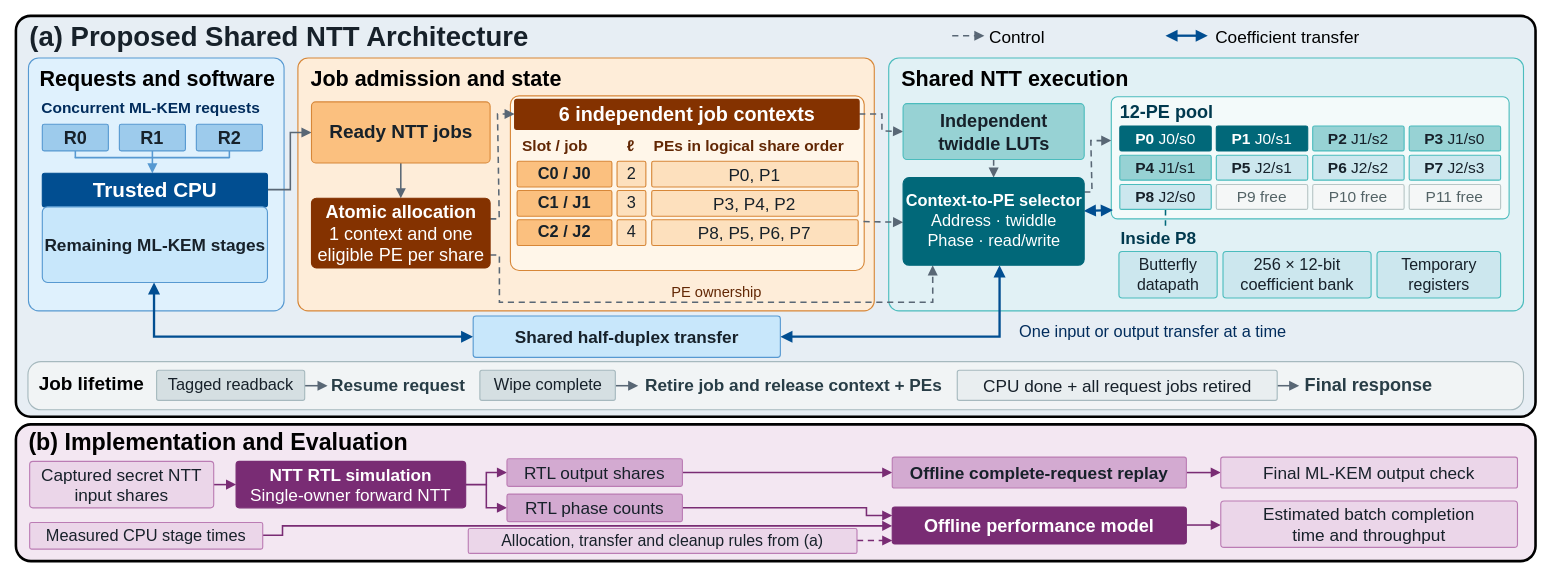
ZKY6662017/iodraw-files keeps this draw.io diagram as all/DAC2026/MaskVirt_fig2.drawio. Above is the earlier version. Source tidied: cells renumbered, new cells numbered last; positions are measured from the earlier drawing's top-left corner, leaving out a move shared by most shapes. Both pictures are drawn from the tidied source at 86%, with x=0, y=0 at pixel (15, 15).
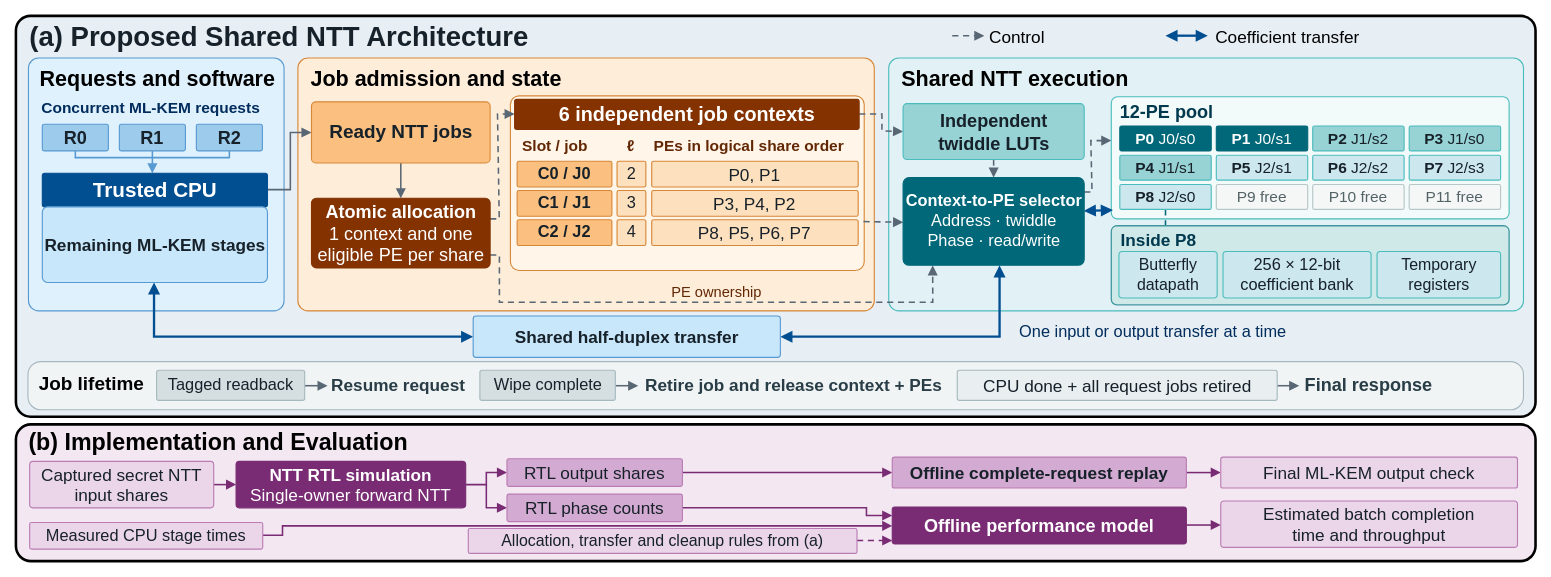
The same page after the edit.

Commit message:
Group the Inside P8 label and hardware blocks in Figure 2

Unchanged cells that the change refers to:
```xml
<mxCell id="80" value="&lt;b&gt;P8&lt;/b&gt;  J2/s0" style="html=1;whiteSpace=wrap;align=center;verticalAlign=middle;fontFamily=Helvetica;fontSize=18;fontColor=#17212A;spacing=1;fillColor=#CCE7EE;strokeColor=#4BBCBD;strokeWidth=1.3;rounded=1;arcSize=7;" parent="1" vertex="1">
  <mxGeometry x="1283.6" y="196" width="106.3" height="29" as="geometry" />
</mxCell>
```

The edit, as a diff of the source:
```diff
@@
-    <mxCell id="26" style="html=1;edgeStyle=none;rounded=0;strokeColor=#016879;strokeWidth=1.8;dashed=1;dashPattern=4 3;startArrow=none;endArrow=none;startFill=1;endFill=1;startSize=7;endSize=7;exitX=0.50000;exitY=1.00000;exitPerimeter=0;" parent="1" edge="1" source="80">
-      <mxGeometry relative="1" as="geometry">
-        <mxPoint x="1336.7" y="244" as="targetPoint" />
-      </mxGeometry>
+    <mxCell id="26" style="html=1;edgeStyle=none;rounded=0;strokeColor=#016879;strokeWidth=1.8;dashed=1;dashPattern=4 3;startArrow=none;endArrow=none;startFill=1;endFill=1;startSize=7;endSize=7;exitX=0.50000;exitY=1.00000;exitPerimeter=0;entryX=0.1362;entryY=0;entryPerimeter=0;" parent="1" edge="1" source="80" target="108">
+      <mxGeometry relative="1" as="geometry" />
     </mxCell>
@@
+    <mxCell id="108" style="rounded=1;arcSize=7;html=1;whiteSpace=wrap;fillColor=#CFE9E8;strokeColor=#41979F;strokeWidth=1.5;" parent="1" vertex="1">
+      <mxGeometry x="1273.7" y="244" width="462.6" height="92" as="geometry" />
+    </mxCell>
-    <mxCell id="84" value="Inside P8" style="html=1;whiteSpace=wrap;align=left;verticalAlign=middle;fontFamily=Helvetica;fontSize=20;fontColor=#00394E;spacing=1;fillColor=none;strokeColor=none;strokeWidth=1.3;rounded=1;arcSize=7;fontStyle=1;" parent="1" vertex="1">
-      <mxGeometry x="1283.6" y="244" width="211.6" height="27" as="geometry" />
+    <mxCell id="84" value="Inside P8" style="html=1;whiteSpace=wrap;align=left;verticalAlign=middle;fontFamily=Helvetica;fontSize=20;fontColor=#00394E;spacing=1;fillColor=none;strokeColor=none;strokeWidth=1.3;rounded=1;arcSize=7;fontStyle=1;" parent="108" vertex="1">
+      <mxGeometry x="9.9" y="2" width="211.6" height="27" as="geometry" />
     </mxCell>
-    <mxCell id="85" value="Butterfly&lt;br&gt;datapath" style="html=1;whiteSpace=wrap;align=center;verticalAlign=middle;fontFamily=Helvetica;fontSize=18.5;fontColor=#17212A;spacing=1;fillColor=#CCE7EE;strokeColor=#4BBCBD;strokeWidth=1.3;rounded=1;arcSize=7;" parent="1" vertex="1">
-      <mxGeometry x="1282.6" y="274" width="114.2" height="54" as="geometry" />
+    <mxCell id="85" value="Butterfly&lt;br&gt;datapath" style="html=1;whiteSpace=wrap;align=center;verticalAlign=middle;fontFamily=Helvetica;fontSize=18.5;fontColor=#17212A;spacing=1;fillColor=#CCE7EE;strokeColor=#4BBCBD;strokeWidth=1.3;rounded=1;arcSize=7;" parent="108" vertex="1">
+      <mxGeometry x="8.9" y="30" width="114.2" height="54" as="geometry" />
     </mxCell>
-    <mxCell id="86" value="256 × 12-bit&lt;br&gt;coefficient bank" style="html=1;whiteSpace=wrap;align=center;verticalAlign=middle;fontFamily=Helvetica;fontSize=19;fontColor=#17212A;spacing=1;fillColor=light-dark(#cce7ee, #1c4e50);strokeColor=#4BBCBD;strokeWidth=1.3;rounded=1;arcSize=7;" parent="1" vertex="1">
-      <mxGeometry x="1403.6" y="274" width="172.2" height="54" as="geometry" />
+    <mxCell id="86" value="256 × 12-bit&lt;br&gt;coefficient bank" style="html=1;whiteSpace=wrap;align=center;verticalAlign=middle;fontFamily=Helvetica;fontSize=19;fontColor=#17212A;spacing=1;fillColor=light-dark(#cce7ee, #1c4e50);strokeColor=#4BBCBD;strokeWidth=1.3;rounded=1;arcSize=7;" parent="108" vertex="1">
+      <mxGeometry x="129.9" y="30" width="172.2" height="54" as="geometry" />
     </mxCell>
-    <mxCell id="87" value="Temporary&lt;br&gt;registers" style="html=1;whiteSpace=wrap;align=center;verticalAlign=middle;fontFamily=Helvetica;fontSize=18.5;fontColor=#17212A;spacing=1;fillColor=#CCE7EE;strokeColor=#4BBCBD;strokeWidth=1.3;rounded=1;arcSize=7;" parent="1" vertex="1">
-      <mxGeometry x="1582.7" y="274" width="143.7" height="54" as="geometry" />
+    <mxCell id="87" value="Temporary&lt;br&gt;registers" style="html=1;whiteSpace=wrap;align=center;verticalAlign=middle;fontFamily=Helvetica;fontSize=18.5;fontColor=#17212A;spacing=1;fillColor=#CCE7EE;strokeColor=#4BBCBD;strokeWidth=1.3;rounded=1;arcSize=7;" parent="108" vertex="1">
+      <mxGeometry x="309" y="30" width="143.7" height="54" as="geometry" />
     </mxCell>
```
